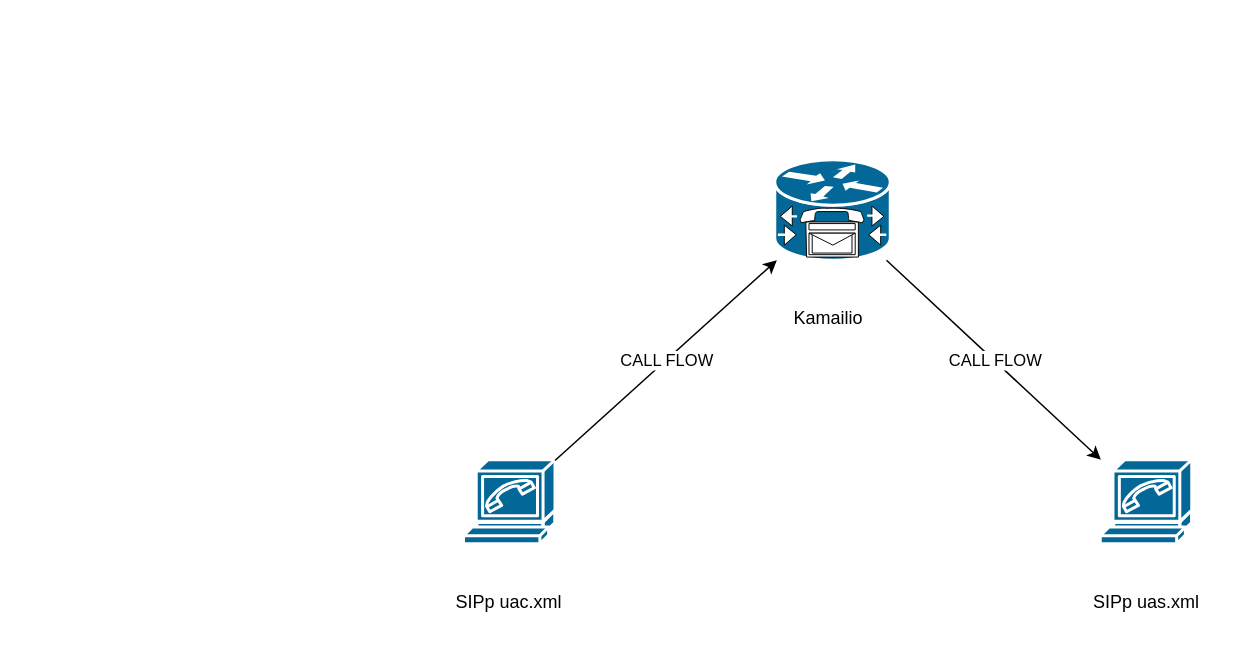
Above: LAB1.1-2xSIPp-1xKamailio.drawio in sysadminlab/voip (draw.io), before the change. Source tidied: cells renumbered, new cells numbered last; positions are measured from the earlier drawing's top-left corner, leaving out a move shared by most shapes. Both pictures are drawn from the tidied source at 150%, with x=0, y=0 at pixel (426, 159).
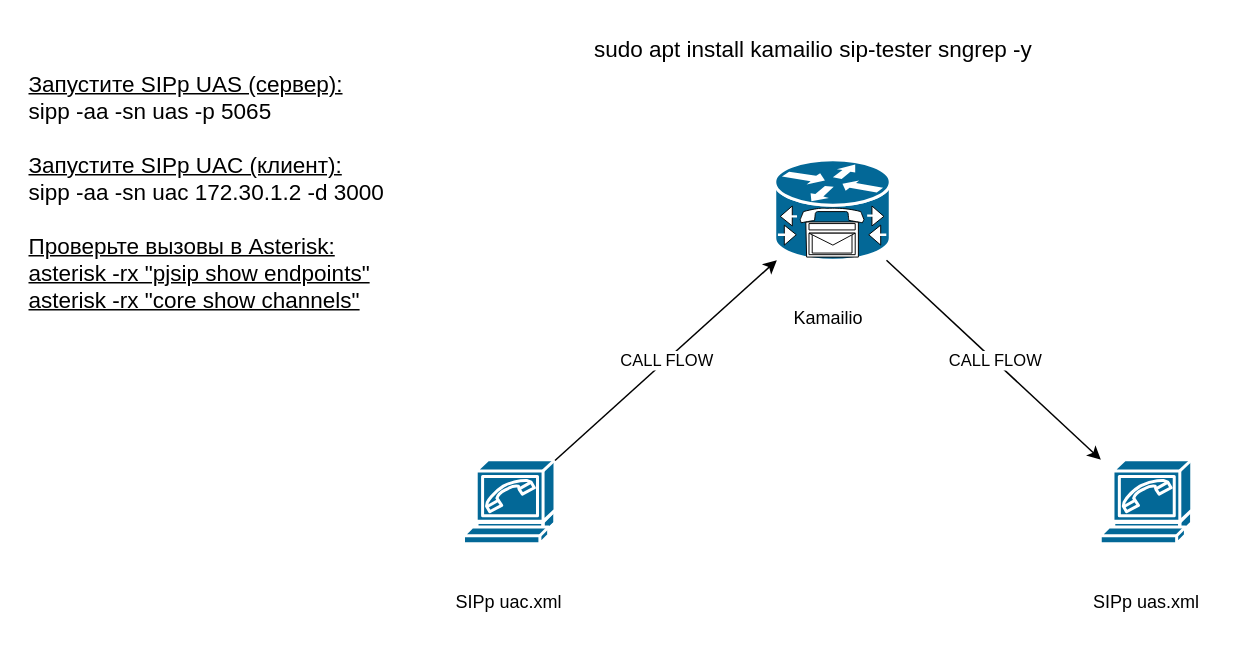
The same page after the edit.

Change to the diagram source:
```diff
@@
 <mxGraphModel>
   <root>
     <mxCell id="0" />
     <mxCell id="1" parent="0" />
     <mxCell id="2" value="SIPp uac.xml" style="text;strokeColor=none;align=center;fillColor=none;html=1;verticalAlign=middle;whiteSpace=wrap;rounded=0;" parent="1" vertex="1">
       <mxGeometry y="280" width="110" height="30" as="geometry" />
     </mxCell>
     <mxCell id="3" value="SIPp uas.xml" style="text;strokeColor=none;align=center;fillColor=none;html=1;verticalAlign=middle;whiteSpace=wrap;rounded=0;" parent="1" vertex="1">
       <mxGeometry x="424.5" y="280" width="110" height="30" as="geometry" />
     </mxCell>
     <mxCell id="4" style="shape=mxgraph.cisco.modems_and_phones.softphone;sketch=0;html=1;dashed=0;fillColor=#036897;strokeColor=#ffffff;strokeWidth=2;verticalLabelPosition=bottom;verticalAlign=top;align=center;outlineConnect=0;" parent="1" vertex="1">
       <mxGeometry x="449" y="200" width="61" height="56" as="geometry" />
     </mxCell>
     <mxCell id="5" style="shape=mxgraph.cisco.modems_and_phones.softphone;sketch=0;html=1;dashed=0;fillColor=#036897;strokeColor=#ffffff;strokeWidth=2;verticalLabelPosition=bottom;verticalAlign=top;align=center;outlineConnect=0;" parent="1" vertex="1">
       <mxGeometry x="24.5" y="200" width="61" height="56" as="geometry" />
     </mxCell>
     <mxCell id="6" style="shape=mxgraph.cisco.misc.cisco_unity_express;sketch=0;html=1;dashed=0;fillColor=#036897;strokeColor=#ffffff;strokeWidth=2;verticalLabelPosition=bottom;verticalAlign=top;align=center;outlineConnect=0;" parent="1" vertex="1">
       <mxGeometry x="232" width="77" height="67" as="geometry" />
     </mxCell>
     <mxCell id="7" style="endArrow=classic;html=1;rounded=0;" parent="1" edge="1" source="5" target="6">
       <mxGeometry relative="1" as="geometry" />
     </mxCell>
     <mxCell id="8" value="CALL FLOW" style="edgeLabel;html=1;align=center;verticalAlign=middle;" parent="7" vertex="1">
       <mxGeometry relative="1" as="geometry" />
     </mxCell>
     <mxCell id="9" style="endArrow=classic;html=1;rounded=0;" parent="1" edge="1" source="6" target="4">
       <mxGeometry relative="1" as="geometry" />
     </mxCell>
     <mxCell id="10" value="CALL FLOW" style="edgeLabel;html=1;align=center;verticalAlign=middle;" parent="9" vertex="1">
       <mxGeometry relative="1" as="geometry" />
     </mxCell>
     <mxCell id="11" value="Kamailio" style="text;strokeColor=none;align=center;fillColor=none;html=1;verticalAlign=middle;whiteSpace=wrap;rounded=0;" parent="1" vertex="1">
       <mxGeometry x="238" y="91" width="60" height="30" as="geometry" />
     </mxCell>
+    <mxCell id="12" value="sudo apt install kamailio sip-tester sngrep -y" style="text;whiteSpace=wrap;fontSize=15;" parent="1" vertex="1">
+      <mxGeometry x="110" y="-89" width="310" height="40" as="geometry" />
+    </mxCell>
+    <mxCell id="13" value="&lt;u&gt;Запустите SIPp UAS (сервер):&lt;br&gt;&lt;/u&gt;sipp -aa -sn uas -p 5065&lt;br&gt;&lt;u&gt;&lt;br&gt;&lt;/u&gt;&lt;div&gt;&lt;u&gt;Запустите SIPp UAC (клиент):&lt;/u&gt;&lt;/div&gt;&lt;div&gt;sipp -aa -sn uac 172.30.1.2 -d 3000&lt;/div&gt;&lt;u&gt;&lt;br&gt;Проверьте вызовы в Asterisk:&lt;br&gt;asterisk -rx &quot;pjsip show endpoints&quot;&lt;br&gt;asterisk -rx &quot;core show channels&quot;&lt;/u&gt;" style="text;whiteSpace=wrap;html=1;fontSize=15;" parent="1" vertex="1">
+      <mxGeometry x="-267" y="-66" width="340.5" height="187" as="geometry" />
+    </mxCell>
   </root>
 </mxGraphModel>
```
